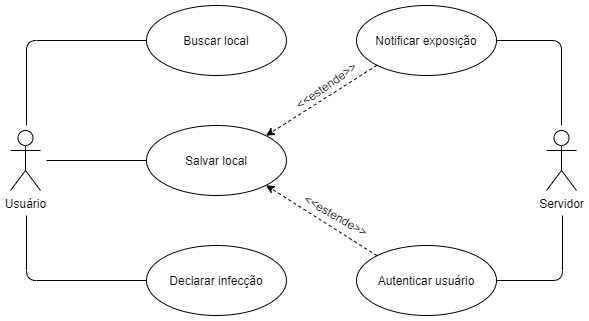
The draw.io diagram docs/figuras/Diagrama de casos de uso.png in Feggah/tcc, before a commit. Source tidied: cells renumbered, new cells last; positions are measured from the earlier drawing's top-left corner, leaving out a move shared by most shapes. Source of this version:
```xml
<mxGraphModel background="#ffffff">
  <root>
    <mxCell id="0" />
    <mxCell id="1" parent="0" />
    <mxCell id="2" value="Usuário" style="shape=umlActor;verticalLabelPosition=bottom;verticalAlign=top;html=1;" parent="1" vertex="1">
      <mxGeometry y="125" width="30" height="60" as="geometry" />
    </mxCell>
    <mxCell id="3" value="Buscar local" style="ellipse;whiteSpace=wrap;html=1;" parent="1" vertex="1">
      <mxGeometry x="136" width="140" height="70" as="geometry" />
    </mxCell>
    <mxCell id="4" value="Salvar local" style="ellipse;whiteSpace=wrap;html=1;" parent="1" vertex="1">
      <mxGeometry x="136" y="120" width="140" height="70" as="geometry" />
    </mxCell>
    <mxCell id="5" value="Declarar infecção" style="ellipse;whiteSpace=wrap;html=1;" parent="1" vertex="1">
      <mxGeometry x="136" y="240" width="140" height="70" as="geometry" />
    </mxCell>
    <mxCell id="6" value="Notificar exposição" style="ellipse;whiteSpace=wrap;html=1;" parent="1" vertex="1">
      <mxGeometry x="346" width="140" height="70" as="geometry" />
    </mxCell>
    <mxCell id="7" value="Autenticar usuário" style="ellipse;whiteSpace=wrap;html=1;" parent="1" vertex="1">
      <mxGeometry x="346" y="240" width="140" height="70" as="geometry" />
    </mxCell>
    <mxCell id="8" value="Servidor" style="shape=umlActor;verticalLabelPosition=bottom;verticalAlign=top;html=1;" parent="1" vertex="1">
      <mxGeometry x="536" y="125" width="30" height="60" as="geometry" />
    </mxCell>
    <mxCell id="9" style="endArrow=none;html=1;entryX=0;entryY=0.5;entryDx=0;entryDy=0;" parent="1" edge="1" target="3">
      <mxGeometry relative="1" as="geometry">
        <mxPoint x="16" y="120" as="sourcePoint" />
        <Array as="points">
          <mxPoint x="16" y="35" />
        </Array>
      </mxGeometry>
    </mxCell>
    <mxCell id="10" style="endArrow=none;html=1;entryX=0;entryY=0.5;entryDx=0;entryDy=0;" parent="1" edge="1" target="5">
      <mxGeometry relative="1" as="geometry">
        <mxPoint x="16" y="210" as="sourcePoint" />
        <Array as="points">
          <mxPoint x="16" y="275" />
        </Array>
      </mxGeometry>
    </mxCell>
    <mxCell id="11" style="endArrow=none;html=1;entryX=0;entryY=0.5;entryDx=0;entryDy=0;" parent="1" edge="1" target="4">
      <mxGeometry relative="1" as="geometry">
        <mxPoint x="36" y="155" as="sourcePoint" />
      </mxGeometry>
    </mxCell>
    <mxCell id="12" style="endArrow=classic;html=1;exitX=0;exitY=0;exitDx=0;exitDy=0;entryX=1;entryY=1;entryDx=0;entryDy=0;rounded=1;dashed=1;" parent="1" edge="1" source="7" target="4">
      <mxGeometry relative="1" as="geometry" />
    </mxCell>
    <mxCell id="13" style="endArrow=classic;html=1;exitX=0;exitY=1;exitDx=0;exitDy=0;entryX=1;entryY=0;entryDx=0;entryDy=0;dashed=1;" parent="1" edge="1" source="6" target="4">
      <mxGeometry relative="1" as="geometry" />
    </mxCell>
    <mxCell id="14" value="&amp;lt;&amp;lt;estende&amp;gt;&amp;gt;" style="text;html=1;strokeColor=none;fillColor=none;align=center;verticalAlign=middle;whiteSpace=wrap;rounded=0;rotation=30;" parent="1" vertex="1">
      <mxGeometry x="306" y="200" width="40" height="20" as="geometry" />
    </mxCell>
    <mxCell id="15" value="&amp;lt;&amp;lt;estende&amp;gt;&amp;gt;" style="text;html=1;strokeColor=none;fillColor=none;align=center;verticalAlign=middle;whiteSpace=wrap;rounded=0;rotation=-35;" parent="1" vertex="1">
      <mxGeometry x="296" y="70" width="40" height="20" as="geometry" />
    </mxCell>
    <mxCell id="16" style="endArrow=none;html=1;strokeColor=#000000;entryX=1;entryY=0.5;entryDx=0;entryDy=0;" parent="1" edge="1" target="6">
      <mxGeometry relative="1" as="geometry">
        <mxPoint x="551" y="120" as="sourcePoint" />
        <Array as="points">
          <mxPoint x="551" y="35" />
        </Array>
      </mxGeometry>
    </mxCell>
    <mxCell id="17" style="endArrow=none;html=1;strokeColor=#000000;exitX=1;exitY=0.5;exitDx=0;exitDy=0;" parent="1" edge="1" source="7">
      <mxGeometry relative="1" as="geometry">
        <mxPoint x="552" y="210" as="targetPoint" />
        <Array as="points">
          <mxPoint x="552" y="275" />
        </Array>
      </mxGeometry>
    </mxCell>
  </root>
</mxGraphModel>
```
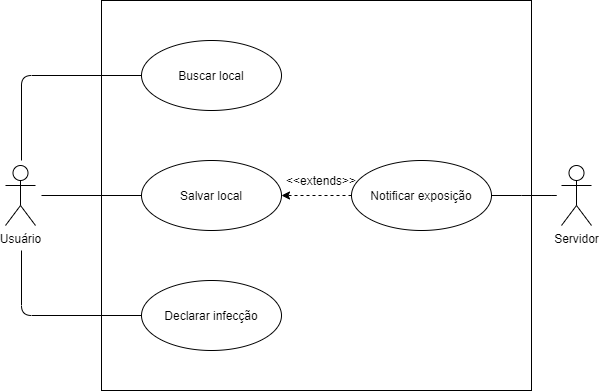
Later version of the same file.

The edit, as a diff of the source:
```diff
@@ -2,6 +2,9 @@
   <root>
     <mxCell id="0" />
     <mxCell id="1" parent="0" />
+    <mxCell id="18" style="rounded=0;whiteSpace=wrap;html=1;fillColor=none;" parent="1" vertex="1">
+      <mxGeometry x="96" y="-40" width="430" height="390" as="geometry" />
+    </mxCell>
     <mxCell id="2" value="Usuário" style="shape=umlActor;verticalLabelPosition=bottom;verticalAlign=top;html=1;" parent="1" vertex="1">
       <mxGeometry y="125" width="30" height="60" as="geometry" />
     </mxCell>
@@ -15,13 +18,10 @@
       <mxGeometry x="136" y="240" width="140" height="70" as="geometry" />
     </mxCell>
     <mxCell id="6" value="Notificar exposição" style="ellipse;whiteSpace=wrap;html=1;" parent="1" vertex="1">
-      <mxGeometry x="346" width="140" height="70" as="geometry" />
+      <mxGeometry x="346" y="120" width="140" height="70" as="geometry" />
     </mxCell>
-    <mxCell id="7" value="Autenticar usuário" style="ellipse;whiteSpace=wrap;html=1;" parent="1" vertex="1">
-      <mxGeometry x="346" y="240" width="140" height="70" as="geometry" />
-    </mxCell>
     <mxCell id="8" value="Servidor" style="shape=umlActor;verticalLabelPosition=bottom;verticalAlign=top;html=1;" parent="1" vertex="1">
-      <mxGeometry x="536" y="125" width="30" height="60" as="geometry" />
+      <mxGeometry x="556" y="125" width="30" height="60" as="geometry" />
     </mxCell>
     <mxCell id="9" style="endArrow=none;html=1;entryX=0;entryY=0.5;entryDx=0;entryDy=0;" parent="1" edge="1" target="3">
       <mxGeometry relative="1" as="geometry">
@@ -44,33 +44,20 @@
         <mxPoint x="36" y="155" as="sourcePoint" />
       </mxGeometry>
     </mxCell>
-    <mxCell id="12" style="endArrow=classic;html=1;exitX=0;exitY=0;exitDx=0;exitDy=0;entryX=1;entryY=1;entryDx=0;entryDy=0;rounded=1;dashed=1;" parent="1" edge="1" source="7" target="4">
-      <mxGeometry relative="1" as="geometry" />
-    </mxCell>
-    <mxCell id="13" style="endArrow=classic;html=1;exitX=0;exitY=1;exitDx=0;exitDy=0;entryX=1;entryY=0;entryDx=0;entryDy=0;dashed=1;" parent="1" edge="1" source="6" target="4">
+    <mxCell id="13" style="endArrow=classic;html=1;exitX=0;exitY=0.5;exitDx=0;exitDy=0;entryX=1;entryY=0.5;entryDx=0;entryDy=0;dashed=1;" parent="1" edge="1" source="6" target="4">
       <mxGeometry relative="1" as="geometry" />
     </mxCell>
-    <mxCell id="14" value="&amp;lt;&amp;lt;estende&amp;gt;&amp;gt;" style="text;html=1;strokeColor=none;fillColor=none;align=center;verticalAlign=middle;whiteSpace=wrap;rounded=0;rotation=30;" parent="1" vertex="1">
-      <mxGeometry x="306" y="200" width="40" height="20" as="geometry" />
-    </mxCell>
-    <mxCell id="15" value="&amp;lt;&amp;lt;estende&amp;gt;&amp;gt;" style="text;html=1;strokeColor=none;fillColor=none;align=center;verticalAlign=middle;whiteSpace=wrap;rounded=0;rotation=-35;" parent="1" vertex="1">
-      <mxGeometry x="296" y="70" width="40" height="20" as="geometry" />
+    <mxCell id="15" value="&amp;lt;&amp;lt;extends&amp;gt;&amp;gt;" style="text;html=1;strokeColor=none;fillColor=none;align=center;verticalAlign=middle;whiteSpace=wrap;rounded=0;rotation=0;" parent="1" vertex="1">
+      <mxGeometry x="296" y="130" width="40" height="20" as="geometry" />
     </mxCell>
     <mxCell id="16" style="endArrow=none;html=1;strokeColor=#000000;entryX=1;entryY=0.5;entryDx=0;entryDy=0;" parent="1" edge="1" target="6">
       <mxGeometry relative="1" as="geometry">
-        <mxPoint x="551" y="120" as="sourcePoint" />
+        <mxPoint x="526" y="155" as="sourcePoint" />
         <Array as="points">
-          <mxPoint x="551" y="35" />
+          <mxPoint x="556" y="155" />
+          <mxPoint x="526" y="155" />
         </Array>
       </mxGeometry>
     </mxCell>
-    <mxCell id="17" style="endArrow=none;html=1;strokeColor=#000000;exitX=1;exitY=0.5;exitDx=0;exitDy=0;" parent="1" edge="1" source="7">
-      <mxGeometry relative="1" as="geometry">
-        <mxPoint x="552" y="210" as="targetPoint" />
-        <Array as="points">
-          <mxPoint x="552" y="275" />
-        </Array>
-      </mxGeometry>
-    </mxCell>
   </root>
 </mxGraphModel>
```
